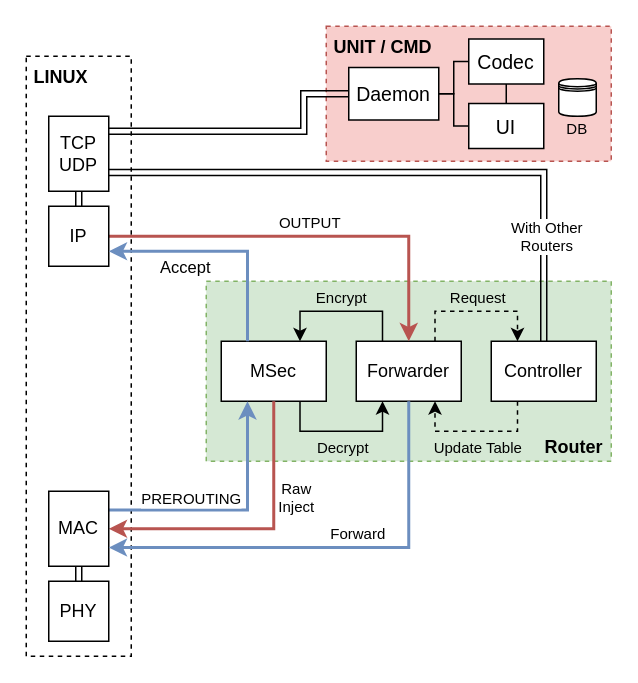
This is docs/figures/net_stack.drawio from mido3ds/C4IAN, a draw.io file, before an edit. Source tidied: cells renumbered, new cells numbered last; positions are measured from the earlier drawing's top-left corner, leaving out a move shared by most shapes. Both pictures are drawn from the tidied source at 150%, with x=0, y=0 at pixel (26, 26).
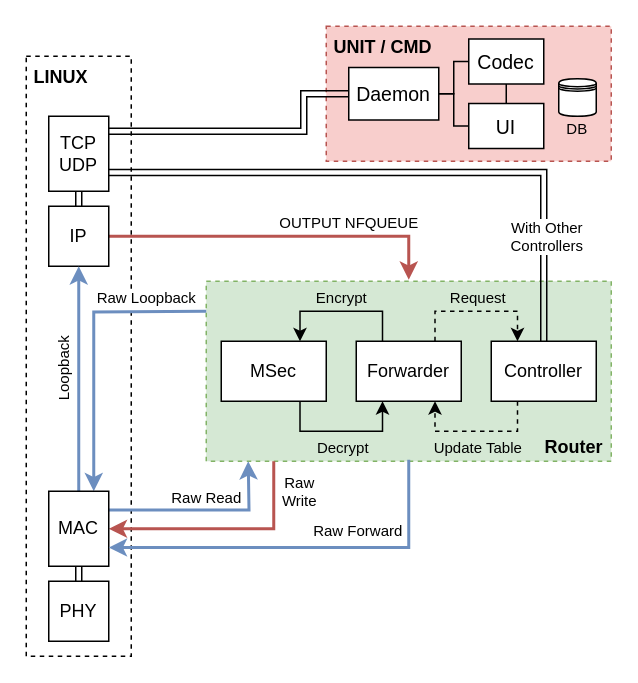
The same page after the edit.

The change refers to these unchanged cells:
```xml
<mxCell id="6" value="MSec" style="rounded=0;whiteSpace=wrap;html=1;" parent="4" vertex="1">
  <mxGeometry x="10" y="40" width="70" height="40" as="geometry" />
</mxCell>
<mxCell id="9" value="Forwarder" style="rounded=0;whiteSpace=wrap;html=1;" parent="4" vertex="1">
  <mxGeometry x="100" y="40" width="70" height="40" as="geometry" />
</mxCell>
<mxCell id="22" value="IP" style="rounded=0;whiteSpace=wrap;html=1;" parent="1" vertex="1">
  <mxGeometry x="15" y="120" width="40" height="40" as="geometry" />
</mxCell>
<mxCell id="30" value="MAC" style="rounded=0;whiteSpace=wrap;html=1;" parent="1" vertex="1">
  <mxGeometry x="15" y="310" width="40" height="50" as="geometry" />
</mxCell>
<mxCell id="34" style="edgeStyle=orthogonalEdgeStyle;rounded=0;jumpStyle=none;jettySize=auto;html=1;exitX=0.5;exitY=0;exitDx=0;exitDy=0;startArrow=classic;startFill=1;endArrow=classic;endFill=1;strokeWidth=1;fontSize=10;fontColor=#000000;shape=link;entryX=1;entryY=0.75;entryDx=0;entryDy=0;" parent="1" edge="1" source="14" target="19">
  <mxGeometry relative="1" as="geometry">
    <Array as="points">
      <mxPoint x="345" y="98" />
      <mxPoint x="55" y="98" />
    </Array>
  </mxGeometry>
</mxCell>
```

What changed in the source:
```diff
@@
-    <mxCell id="4" style="group;fontSize=12;" parent="1" vertex="1">
+    <mxCell id="4" style="group;fontSize=12;fixDash=0;" parent="1" vertex="1">
       <mxGeometry x="120" y="170" width="270" height="120" as="geometry" />
     </mxCell>
@@
-    <mxCell id="20" style="edgeStyle=orthogonalEdgeStyle;rounded=0;jettySize=auto;html=1;exitX=1;exitY=0.5;exitDx=0;exitDy=0;entryX=0.5;entryY=0;entryDx=0;entryDy=0;fillColor=#f8cecc;strokeColor=#b85450;endArrow=classic;endFill=1;strokeWidth=2;" parent="1" edge="1" source="22" target="9">
+    <mxCell id="20" style="edgeStyle=orthogonalEdgeStyle;rounded=0;jettySize=auto;html=1;exitX=1;exitY=0.5;exitDx=0;exitDy=0;fillColor=#f8cecc;strokeColor=#b85450;endArrow=classic;endFill=1;strokeWidth=2;" parent="1" edge="1" source="22">
       <mxGeometry relative="1" as="geometry">
+        <mxPoint x="255" y="169" as="targetPoint" />
         <Array as="points">
           <mxPoint x="255" y="140" />
         </Array>
       </mxGeometry>
     </mxCell>
-    <mxCell id="21" value="OUTPUT" style="edgeLabel;html=1;align=center;verticalAlign=middle;labelBackgroundColor=#ffffff;fontSize=10;" parent="20" vertex="1">
+    <mxCell id="21" value="OUTPUT NFQUEUE" style="edgeLabel;html=1;align=center;verticalAlign=middle;labelBackgroundColor=#ffffff;fontSize=10;" parent="20" vertex="1">
       <mxGeometry x="0.04" y="1" relative="1" as="geometry">
-        <mxPoint x="-6.2" y="-9" as="offset" />
+        <mxPoint x="40.5" y="-9" as="offset" />
       </mxGeometry>
     </mxCell>
@@
-    <mxCell id="23" style="edgeStyle=orthogonalEdgeStyle;rounded=0;jettySize=auto;html=1;exitX=0.5;exitY=1;exitDx=0;exitDy=0;entryX=1;entryY=0.5;entryDx=0;entryDy=0;fillColor=#f8cecc;strokeColor=#b85450;strokeWidth=2;" parent="1" edge="1" source="6" target="30">
-      <mxGeometry relative="1" as="geometry" />
+    <mxCell id="23" style="edgeStyle=orthogonalEdgeStyle;rounded=0;jettySize=auto;html=1;entryX=1;entryY=0.5;entryDx=0;entryDy=0;fillColor=#f8cecc;strokeColor=#b85450;strokeWidth=2;" parent="1" edge="1" target="30">
+      <mxGeometry relative="1" as="geometry">
+        <mxPoint x="165" y="290" as="sourcePoint" />
+        <Array as="points">
+          <mxPoint x="165" y="335" />
+        </Array>
+      </mxGeometry>
     </mxCell>
-    <mxCell id="24" value="Raw&lt;br style=&quot;font-size: 10px;&quot;&gt;Inject" style="edgeLabel;html=1;align=center;verticalAlign=middle;labelBackgroundColor=#ffffff;fontSize=10;" parent="23" vertex="1">
+    <mxCell id="24" value="Raw&lt;br style=&quot;font-size: 10px&quot;&gt;Write" style="edgeLabel;html=1;align=center;verticalAlign=middle;labelBackgroundColor=#ffffff;fontSize=10;" parent="23" vertex="1">
       <mxGeometry x="-0.48" y="-23" relative="1" as="geometry">
-        <mxPoint x="37" y="12" as="offset" />
+        <mxPoint x="39" y="-20.5" as="offset" />
       </mxGeometry>
     </mxCell>
-    <mxCell id="25" style="edgeStyle=orthogonalEdgeStyle;rounded=0;jettySize=auto;html=1;exitX=0.25;exitY=0;exitDx=0;exitDy=0;entryX=1;entryY=0.75;entryDx=0;entryDy=0;fillColor=#dae8fc;strokeColor=#6c8ebf;strokeWidth=2;" parent="1" edge="1" source="6" target="22">
-      <mxGeometry relative="1" as="geometry" />
+    <mxCell id="25" style="edgeStyle=orthogonalEdgeStyle;rounded=0;jettySize=auto;html=1;entryX=0.75;entryY=0;entryDx=0;entryDy=0;fillColor=#dae8fc;strokeColor=#6c8ebf;strokeWidth=2;" parent="1" edge="1" target="30">
+      <mxGeometry relative="1" as="geometry">
+        <mxPoint x="120" y="190" as="sourcePoint" />
+      </mxGeometry>
     </mxCell>
-    <mxCell id="26" value="Accept" style="edgeLabel;html=1;align=center;verticalAlign=middle;labelBackgroundColor=#ffffff;" parent="25" vertex="1">
+    <mxCell id="26" value="Raw Loopback" style="edgeLabel;html=1;align=center;verticalAlign=middle;labelBackgroundColor=#ffffff;fontSize=10;" parent="25" vertex="1">
       <mxGeometry x="-0.8" y="-1" relative="1" as="geometry">
-        <mxPoint x="-43.5" y="-34.8" as="offset" />
+        <mxPoint x="-21.1" y="-9" as="offset" />
       </mxGeometry>
     </mxCell>
-    <mxCell id="27" style="edgeStyle=orthogonalEdgeStyle;rounded=0;jettySize=auto;html=1;exitX=1;exitY=0.25;exitDx=0;exitDy=0;entryX=0.25;entryY=1;entryDx=0;entryDy=0;fillColor=#dae8fc;strokeColor=#6c8ebf;endArrow=classic;endFill=1;strokeWidth=2;" parent="1" edge="1" source="30" target="6">
-      <mxGeometry relative="1" as="geometry" />
+    <mxCell id="27" style="edgeStyle=orthogonalEdgeStyle;rounded=0;jettySize=auto;html=1;exitX=1;exitY=0.25;exitDx=0;exitDy=0;fillColor=#dae8fc;strokeColor=#6c8ebf;endArrow=classic;endFill=1;strokeWidth=2;" parent="1" edge="1" source="30">
+      <mxGeometry relative="1" as="geometry">
+        <mxPoint x="148" y="290" as="targetPoint" />
+      </mxGeometry>
     </mxCell>
-    <mxCell id="28" value="PREROUTING" style="edgeLabel;html=1;align=center;verticalAlign=middle;labelBackgroundColor=#ffffff;fontSize=10;" parent="27" vertex="1">
+    <mxCell id="28" value="Raw Read" style="edgeLabel;html=1;align=center;verticalAlign=middle;labelBackgroundColor=#ffffff;fontSize=10;" parent="27" vertex="1">
       <mxGeometry x="-0.11" y="-1" relative="1" as="geometry">
-        <mxPoint x="-19" y="-9.5" as="offset" />
+        <mxPoint x="8.8" y="-10.5" as="offset" />
       </mxGeometry>
     </mxCell>
@@
+    <mxCell id="43" style="edgeStyle=orthogonalEdgeStyle;rounded=0;jettySize=auto;html=1;exitX=0.5;exitY=0;exitDx=0;exitDy=0;entryX=0.5;entryY=1;entryDx=0;entryDy=0;fontSize=10;fillColor=#dae8fc;strokeColor=#6c8ebf;strokeWidth=2;" parent="1" edge="1" source="30" target="22">
+      <mxGeometry relative="1" as="geometry" />
+    </mxCell>
+    <mxCell id="44" value="Loopback" style="edgeLabel;html=1;align=center;verticalAlign=middle;fontSize=10;horizontal=0;" parent="43" vertex="1">
+      <mxGeometry x="-0.12" y="-1" relative="1" as="geometry">
+        <mxPoint x="-11" y="-14.3" as="offset" />
+      </mxGeometry>
+    </mxCell>
@@
-    <mxCell id="32" style="edgeStyle=orthogonalEdgeStyle;rounded=0;jettySize=auto;html=1;exitX=0.5;exitY=1;exitDx=0;exitDy=0;entryX=1;entryY=0.75;entryDx=0;entryDy=0;startArrow=none;startFill=0;endArrow=classic;endFill=1;fontSize=10;fontColor=#000000;fillColor=#dae8fc;strokeColor=#6c8ebf;strokeWidth=2;" parent="1" edge="1" source="9" target="30">
-      <mxGeometry relative="1" as="geometry" />
+    <mxCell id="32" style="edgeStyle=orthogonalEdgeStyle;rounded=0;jettySize=auto;html=1;entryX=1;entryY=0.75;entryDx=0;entryDy=0;startArrow=none;startFill=0;endArrow=classic;endFill=1;fontSize=10;fontColor=#000000;fillColor=#dae8fc;strokeColor=#6c8ebf;strokeWidth=2;" parent="1" edge="1" target="30">
+      <mxGeometry relative="1" as="geometry">
+        <mxPoint x="255" y="289" as="sourcePoint" />
+        <Array as="points">
+          <mxPoint x="255" y="348" />
+        </Array>
+      </mxGeometry>
     </mxCell>
-    <mxCell id="33" value="Forward" style="edgeLabel;html=1;align=center;verticalAlign=middle;fontSize=10;fontColor=#000000;" parent="32" vertex="1">
+    <mxCell id="33" value="Raw Forward" style="edgeLabel;html=1;align=center;verticalAlign=middle;fontSize=10;fontColor=#000000;" parent="32" vertex="1">
       <mxGeometry x="-0.48" y="-2" relative="1" as="geometry">
-        <mxPoint x="-33" y="10.8" as="offset" />
+        <mxPoint x="-25.9" y="-10.5" as="offset" />
       </mxGeometry>
     </mxCell>
@@
-    <mxCell id="35" value="With Other&lt;br&gt;Routers" style="edgeLabel;html=1;align=center;verticalAlign=middle;fontSize=10;fontColor=#000000;" parent="34" vertex="1">
+    <mxCell id="35" value="With Other&lt;br&gt;Controllers" style="edgeLabel;html=1;align=center;verticalAlign=middle;fontSize=10;fontColor=#000000;" parent="34" vertex="1">
       <mxGeometry x="0.14" relative="1" as="geometry">
         <mxPoint x="118.4" y="42" as="offset" />
       </mxGeometry>
     </mxCell>
```
